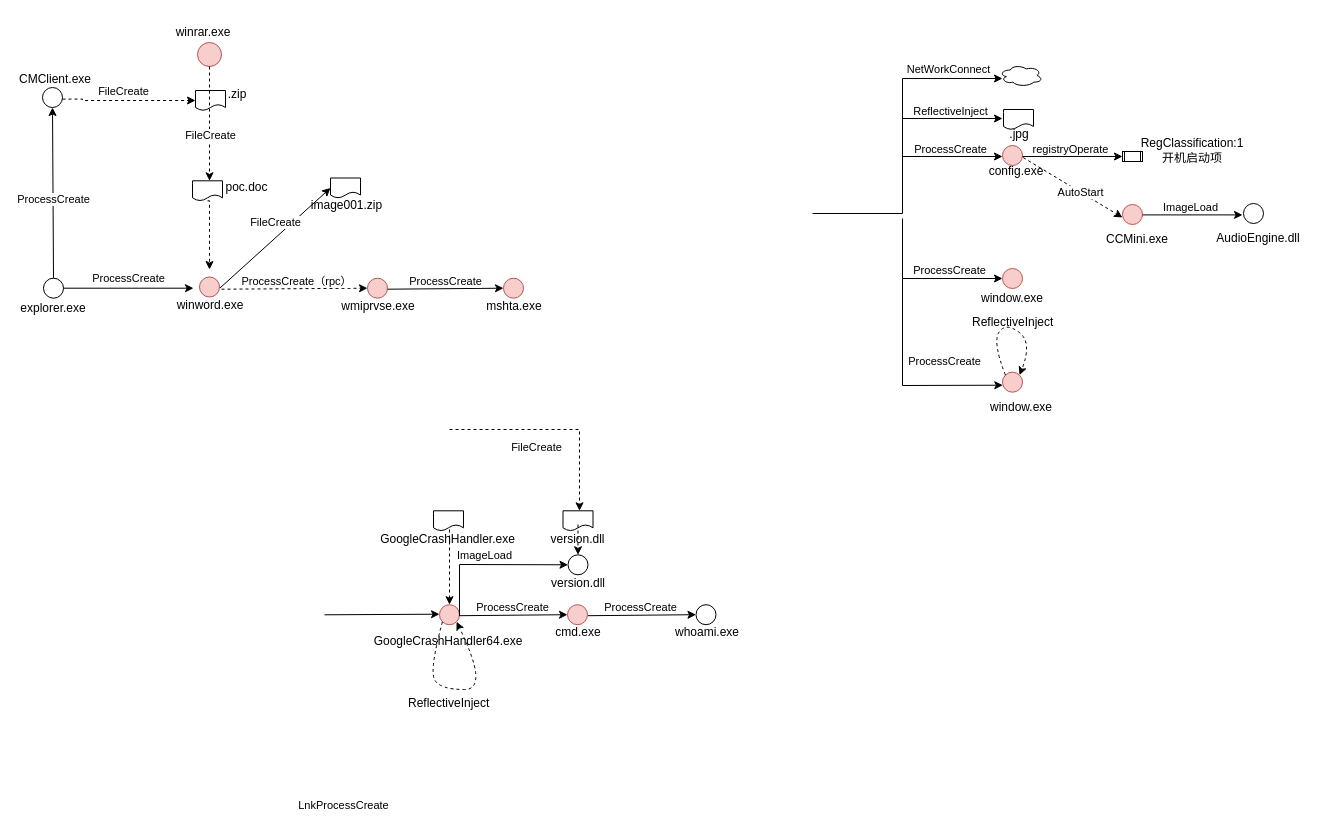
Earlier version of the draw.io diagram apt_Lazarus.drawio (ernongxizhu/picture). Source tidied: cells renumbered, new cells numbered last; positions are measured from the earlier drawing's top-left corner, leaving out a move shared by most shapes. Both pictures are drawn from the tidied source at 100%, with x=0, y=0 at pixel (23, 17).
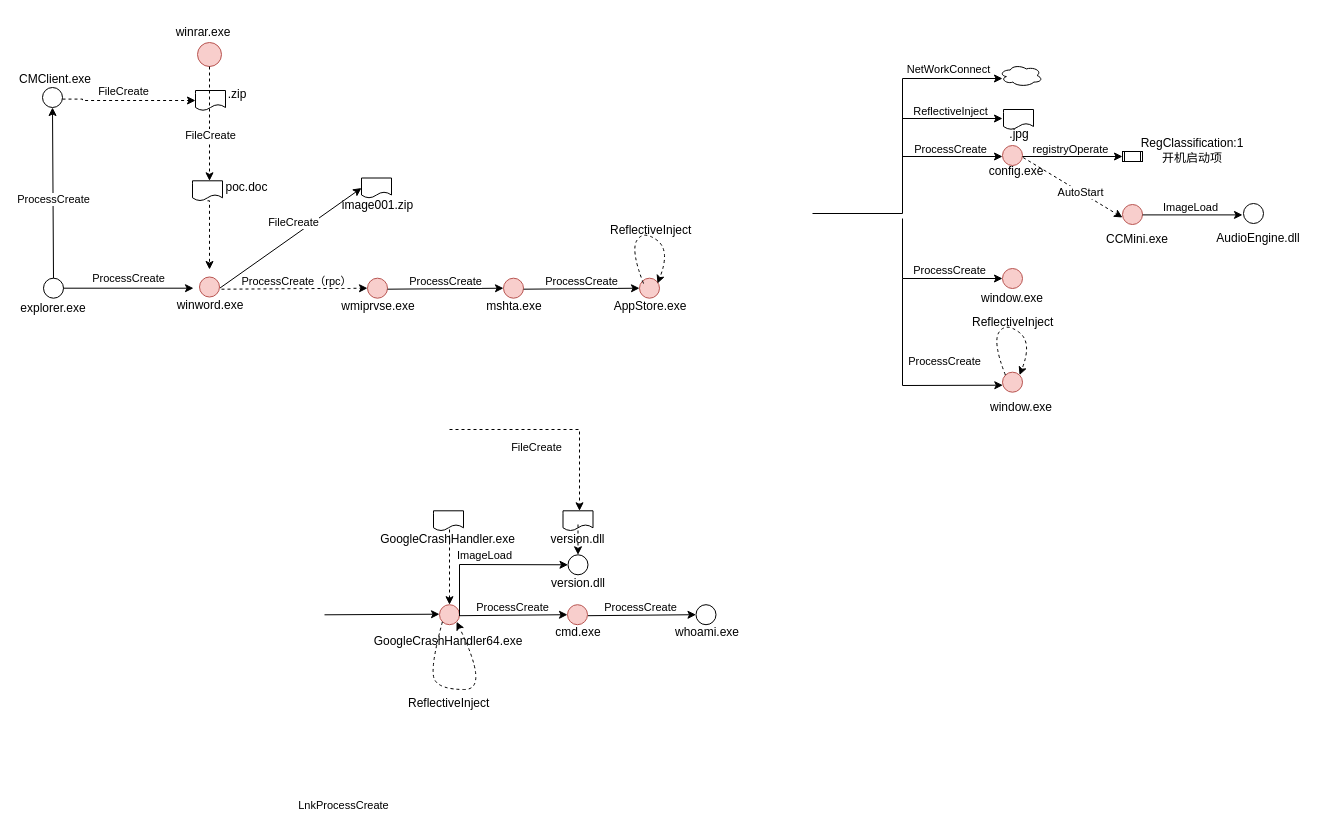
The same page after the edit.

Change to the diagram source:
```diff
@@
     <mxCell id="84" style="shape=document;whiteSpace=wrap;html=1;boundedLbl=1;" parent="1" vertex="1">
-      <mxGeometry x="307" y="160.5" width="30" height="20" as="geometry" />
+      <mxGeometry x="338" y="160.5" width="30" height="20" as="geometry" />
     </mxCell>
     <mxCell id="85" value="image001.zip" style="text;strokeColor=none;align=center;fillColor=none;html=1;verticalAlign=middle;whiteSpace=wrap;rounded=0;" parent="1" vertex="1">
-      <mxGeometry x="291" y="174.5" width="65" height="26" as="geometry" />
+      <mxGeometry x="322" y="174.5" width="65" height="26" as="geometry" />
     </mxCell>
@@
+    <mxCell id="94" style="endArrow=classic;html=1;rounded=0;entryX=0;entryY=0.5;entryDx=0;entryDy=0;" parent="1" edge="1" target="96">
+      <mxGeometry relative="1" as="geometry">
+        <mxPoint x="500" y="271.7" as="sourcePoint" />
+      </mxGeometry>
+    </mxCell>
+    <mxCell id="95" value="ProcessCreate" style="edgeLabel;html=1;align=center;verticalAlign=middle;" parent="94" vertex="1">
+      <mxGeometry x="0.15" y="-2" relative="1" as="geometry">
+        <mxPoint x="-10" y="-10" as="offset" />
+      </mxGeometry>
+    </mxCell>
+    <mxCell id="96" style="ellipse;whiteSpace=wrap;html=1;fillColor=#f8cecc;strokeColor=#b85450;" parent="1" vertex="1">
+      <mxGeometry x="616" y="260.7" width="20" height="20" as="geometry" />
+    </mxCell>
+    <mxCell id="97" value="AppStore.exe" style="text;strokeColor=none;align=center;fillColor=none;html=1;verticalAlign=middle;whiteSpace=wrap;rounded=0;" parent="1" vertex="1">
+      <mxGeometry x="597" y="273.7" width="60" height="30" as="geometry" />
+    </mxCell>
+    <mxCell id="98" style="curved=1;endArrow=classic;html=1;rounded=0;exitX=0;exitY=0;exitDx=0;exitDy=0;entryX=1;entryY=0;entryDx=0;entryDy=0;dashed=1;" parent="1" edge="1">
+      <mxGeometry relative="1" as="geometry">
+        <mxPoint x="620" y="266" as="sourcePoint" />
+        <mxPoint x="634" y="266" as="targetPoint" />
+        <Array as="points">
+          <mxPoint x="607" y="232.7" />
+          <mxPoint x="620" y="212.7" />
+          <mxPoint x="647" y="232.7" />
+        </Array>
+      </mxGeometry>
+    </mxCell>
+    <mxCell id="99" value="ReflectiveInject" style="text;whiteSpace=wrap;" parent="1" vertex="1">
+      <mxGeometry x="585" y="198.7" width="90" height="20" as="geometry" />
+    </mxCell>
```
